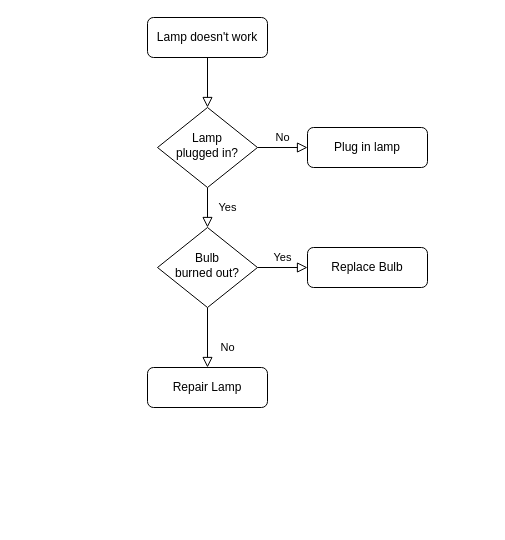
Earlier version of the draw.io diagram 未命名绘图.drawio (luqicoder/Helllo-World). Source tidied: cells renumbered, new cells numbered last; positions are measured from the earlier drawing's top-left corner, leaving out a move shared by most shapes. Both pictures are drawn from the tidied source at 100%, with x=0, y=0 at pixel (147, 17).
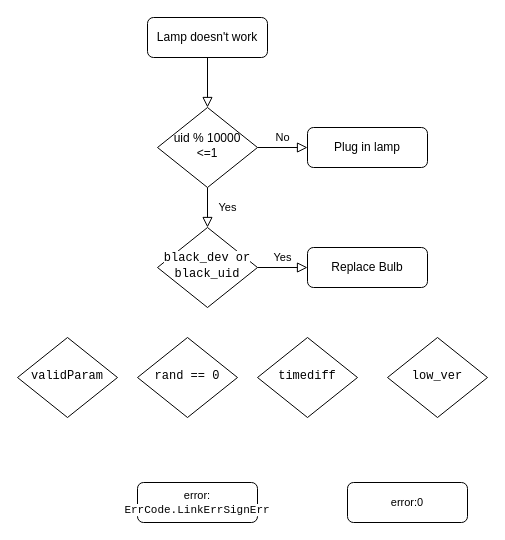
The same page after the edit.

Commit message:
更新未命名绘图.drawio

The edit, as a diff of the source:
```diff
@@
 <mxGraphModel>
   <root>
     <mxCell id="0" />
     <mxCell id="1" parent="0" />
     <mxCell id="2" style="rounded=0;html=1;jettySize=auto;fontSize=11;endArrow=block;endFill=0;endSize=8;strokeWidth=1;shadow=0;labelBackgroundColor=none;edgeStyle=orthogonalEdgeStyle;" parent="1" edge="1" source="3" target="6">
       <mxGeometry relative="1" as="geometry" />
     </mxCell>
     <mxCell id="3" value="Lamp doesn't work" style="rounded=1;whiteSpace=wrap;html=1;fontSize=12;glass=0;strokeWidth=1;shadow=0;" parent="1" vertex="1">
       <mxGeometry width="120" height="40" as="geometry" />
     </mxCell>
     <mxCell id="4" value="Yes" style="rounded=0;html=1;jettySize=auto;fontSize=11;endArrow=block;endFill=0;endSize=8;strokeWidth=1;shadow=0;labelBackgroundColor=none;edgeStyle=orthogonalEdgeStyle;" parent="1" edge="1" source="6" target="10">
       <mxGeometry y="20" relative="1" as="geometry" />
     </mxCell>
     <mxCell id="5" value="No" style="edgeStyle=orthogonalEdgeStyle;rounded=0;html=1;jettySize=auto;fontSize=11;endArrow=block;endFill=0;endSize=8;strokeWidth=1;shadow=0;labelBackgroundColor=none;" parent="1" edge="1" source="6" target="7">
       <mxGeometry y="10" relative="1" as="geometry" />
     </mxCell>
-    <mxCell id="6" value="Lamp&lt;br&gt;plugged in?" style="rhombus;whiteSpace=wrap;html=1;shadow=0;fontFamily=Helvetica;fontSize=12;align=center;strokeWidth=1;spacing=6;spacingTop=-4;" parent="1" vertex="1">
+    <mxCell id="6" value="uid % 10000 &amp;lt;=1" style="rhombus;whiteSpace=wrap;html=1;shadow=0;fontFamily=Helvetica;fontSize=12;align=center;strokeWidth=1;spacing=6;spacingTop=-4;" parent="1" vertex="1">
       <mxGeometry x="10" y="90" width="100" height="80" as="geometry" />
     </mxCell>
     <mxCell id="7" value="Plug in lamp" style="rounded=1;whiteSpace=wrap;html=1;fontSize=12;glass=0;strokeWidth=1;shadow=0;" parent="1" vertex="1">
       <mxGeometry x="160" y="110" width="120" height="40" as="geometry" />
     </mxCell>
-    <mxCell id="8" value="No" style="rounded=0;html=1;jettySize=auto;fontSize=11;endArrow=block;endFill=0;endSize=8;strokeWidth=1;shadow=0;labelBackgroundColor=none;edgeStyle=orthogonalEdgeStyle;" parent="1" edge="1" source="10" target="11">
-      <mxGeometry x="0.33" y="20" relative="1" as="geometry" />
-    </mxCell>
     <mxCell id="9" value="Yes" style="edgeStyle=orthogonalEdgeStyle;rounded=0;html=1;jettySize=auto;fontSize=11;endArrow=block;endFill=0;endSize=8;strokeWidth=1;shadow=0;labelBackgroundColor=none;" parent="1" edge="1" source="10" target="12">
       <mxGeometry y="10" relative="1" as="geometry" />
     </mxCell>
-    <mxCell id="10" value="Bulb&lt;br&gt;burned out?" style="rhombus;whiteSpace=wrap;html=1;shadow=0;fontFamily=Helvetica;fontSize=12;align=center;strokeWidth=1;spacing=6;spacingTop=-4;" parent="1" vertex="1">
+    <mxCell id="10" value="&lt;font style=&quot;font-size: 12px;&quot;&gt;&lt;span style=&quot;box-sizing: border-box; border: 0px; font-variant-numeric: inherit; font-variant-east-asian: inherit; font-stretch: inherit; line-height: inherit; font-family: Consolas, Menlo, Courier, monospace; margin: 0px; padding: 0px; vertical-align: initial; color: var(--hl-variable); text-align: start; background-color: rgb(255, 255, 255);&quot; class=&quot;hl-variable hl-other hl-lua visited&quot;&gt;black_dev&lt;/span&gt;&lt;span style=&quot;font-family: Consolas, Menlo, Courier, monospace; text-align: start; background-color: rgb(255, 255, 255);&quot;&gt; &lt;/span&gt;&lt;span style=&quot;box-sizing: border-box; border: 0px; font-variant-numeric: inherit; font-variant-east-asian: inherit; font-stretch: inherit; line-height: inherit; font-family: Consolas, Menlo, Courier, monospace; margin: 0px; padding: 0px; vertical-align: initial; color: var(--hl-operator); text-align: start; background-color: rgb(255, 255, 255);&quot; class=&quot;hl-keyword hl-operator hl-logical hl-lua visited&quot;&gt;or&lt;/span&gt;&lt;span style=&quot;font-family: Consolas, Menlo, Courier, monospace; text-align: start; background-color: rgb(255, 255, 255);&quot;&gt; &lt;/span&gt;&lt;span style=&quot;box-sizing: border-box; border: 0px; font-variant-numeric: inherit; font-variant-east-asian: inherit; font-stretch: inherit; line-height: inherit; font-family: Consolas, Menlo, Courier, monospace; margin: 0px; padding: 0px; vertical-align: initial; color: var(--hl-variable); text-align: start; background-color: rgb(255, 255, 255);&quot; class=&quot;hl-variable hl-other hl-lua visited&quot;&gt;black_uid&lt;/span&gt;&lt;/font&gt;" style="rhombus;whiteSpace=wrap;html=1;shadow=0;fontFamily=Helvetica;fontSize=12;align=center;strokeWidth=1;spacing=6;spacingTop=-4;" parent="1" vertex="1">
       <mxGeometry x="10" y="210" width="100" height="80" as="geometry" />
     </mxCell>
-    <mxCell id="11" value="Repair Lamp" style="rounded=1;whiteSpace=wrap;html=1;fontSize=12;glass=0;strokeWidth=1;shadow=0;" parent="1" vertex="1">
-      <mxGeometry y="350" width="120" height="40" as="geometry" />
-    </mxCell>
     <mxCell id="12" value="Replace Bulb" style="rounded=1;whiteSpace=wrap;html=1;fontSize=12;glass=0;strokeWidth=1;shadow=0;" parent="1" vertex="1">
       <mxGeometry x="160" y="230" width="120" height="40" as="geometry" />
     </mxCell>
+    <mxCell id="13" value="&lt;div style=&quot;text-align: start;&quot;&gt;&lt;font face=&quot;Consolas, Menlo, Courier, monospace&quot;&gt;&lt;span style=&quot;background-color: rgb(255, 255, 255);&quot;&gt;validParam&lt;/span&gt;&lt;/font&gt;&lt;/div&gt;" style="rhombus;whiteSpace=wrap;html=1;shadow=0;fontFamily=Helvetica;fontSize=12;align=center;strokeWidth=1;spacing=6;spacingTop=-4;" parent="1" vertex="1">
+      <mxGeometry x="-130" y="320" width="100" height="80" as="geometry" />
+    </mxCell>
+    <mxCell id="14" value="&lt;div style=&quot;text-align: start;&quot;&gt;&lt;font face=&quot;Consolas, Menlo, Courier, monospace&quot;&gt;&lt;span style=&quot;background-color: rgb(255, 255, 255);&quot;&gt;rand == 0&lt;/span&gt;&lt;/font&gt;&lt;/div&gt;" style="rhombus;whiteSpace=wrap;html=1;shadow=0;fontFamily=Helvetica;fontSize=12;align=center;strokeWidth=1;spacing=6;spacingTop=-4;" parent="1" vertex="1">
+      <mxGeometry x="-10" y="320" width="100" height="80" as="geometry" />
+    </mxCell>
+    <mxCell id="15" value="&lt;div style=&quot;text-align: start;&quot;&gt;&lt;font face=&quot;Consolas, Menlo, Courier, monospace&quot;&gt;&lt;span style=&quot;background-color: rgb(255, 255, 255);&quot;&gt;timediff&lt;/span&gt;&lt;/font&gt;&lt;/div&gt;" style="rhombus;whiteSpace=wrap;html=1;shadow=0;fontFamily=Helvetica;fontSize=12;align=center;strokeWidth=1;spacing=6;spacingTop=-4;" parent="1" vertex="1">
+      <mxGeometry x="110" y="320" width="100" height="80" as="geometry" />
+    </mxCell>
+    <mxCell id="16" value="&lt;div style=&quot;text-align: start;&quot;&gt;&lt;font face=&quot;Consolas, Menlo, Courier, monospace&quot;&gt;&lt;span style=&quot;background-color: rgb(255, 255, 255);&quot;&gt;low_ver&lt;/span&gt;&lt;/font&gt;&lt;/div&gt;" style="rhombus;whiteSpace=wrap;html=1;shadow=0;fontFamily=Helvetica;fontSize=12;align=center;strokeWidth=1;spacing=6;spacingTop=-4;" parent="1" vertex="1">
+      <mxGeometry x="240" y="320" width="100" height="80" as="geometry" />
+    </mxCell>
+    <mxCell id="17" value="&lt;font style=&quot;font-size: 11px;&quot;&gt;error:&lt;br&gt;&lt;span style=&quot;box-sizing: border-box; border: 0px; font-variant-numeric: inherit; font-variant-east-asian: inherit; font-stretch: inherit; line-height: inherit; font-family: Consolas, Menlo, Courier, monospace; margin: 0px; padding: 0px; vertical-align: initial; color: var(--hl-variable); text-align: start; background-color: rgb(255, 255, 255); font-size: 11px;&quot; class=&quot;hl-variable hl-other hl-lua visited&quot;&gt;ErrCode&lt;/span&gt;&lt;span style=&quot;box-sizing: border-box; border: 0px; font-variant-numeric: inherit; font-variant-east-asian: inherit; font-stretch: inherit; line-height: inherit; font-family: Consolas, Menlo, Courier, monospace; margin: 0px; padding: 0px; vertical-align: initial; text-align: start; background-color: rgb(255, 255, 255); font-size: 11px;&quot; class=&quot;hl-punctuation hl-accessor hl-lua visited&quot;&gt;.&lt;/span&gt;&lt;span style=&quot;box-sizing: border-box; border: 0px; font-variant-numeric: inherit; font-variant-east-asian: inherit; font-stretch: inherit; line-height: inherit; font-family: Consolas, Menlo, Courier, monospace; margin: 0px; padding: 0px; vertical-align: initial; text-align: start; background-color: rgb(255, 255, 255); font-size: 11px;&quot; class=&quot;hl-meta hl-property hl-lua visited&quot;&gt;LinkErrSignErr&lt;/span&gt;&lt;/font&gt;" style="rounded=1;whiteSpace=wrap;html=1;fontSize=12;glass=0;strokeWidth=1;shadow=0;" parent="1" vertex="1">
+      <mxGeometry x="-10" y="465" width="120" height="40" as="geometry" />
+    </mxCell>
+    <mxCell id="18" value="&lt;span style=&quot;font-size: 11px;&quot;&gt;error:0&lt;/span&gt;" style="rounded=1;whiteSpace=wrap;html=1;fontSize=12;glass=0;strokeWidth=1;shadow=0;" parent="1" vertex="1">
+      <mxGeometry x="200" y="465" width="120" height="40" as="geometry" />
+    </mxCell>
   </root>
 </mxGraphModel>
```
